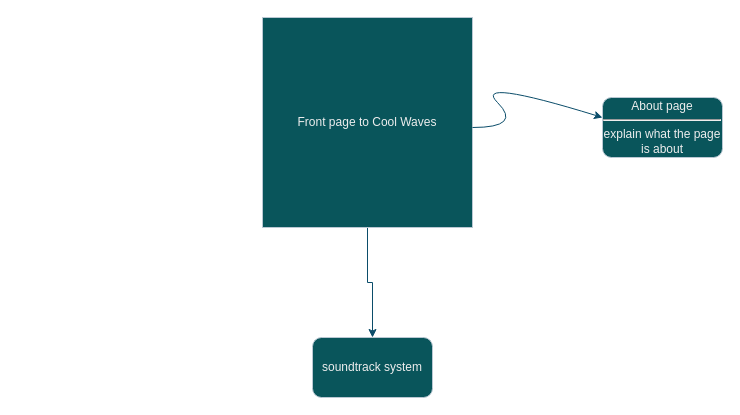
Before: Cool Waves.drawio in Elietace/coolwaves, a draw.io diagram. Source tidied: cells renumbered, new cells numbered last; positions are measured from the earlier drawing's top-left corner, leaving out a move shared by most shapes. Both pictures are drawn from the tidied source at 100%, with x=0, y=0 at pixel (262, 17).
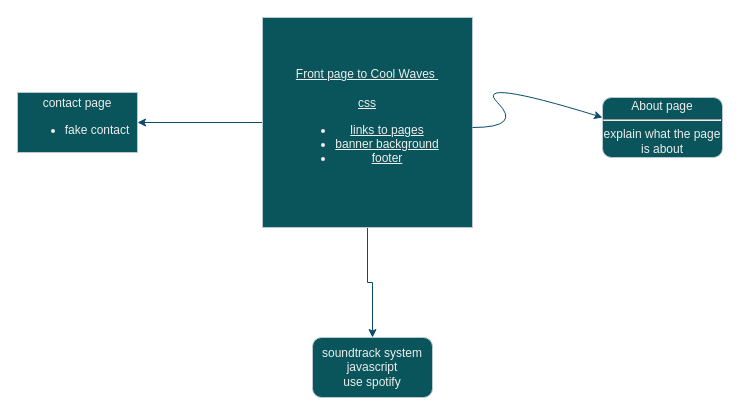
The same diagram, later.

Change to the diagram source:
```diff
@@
 <mxGraphModel>
   <root>
     <mxCell id="0" />
     <mxCell id="1" parent="0" />
     <mxCell id="2" style="edgeStyle=orthogonalEdgeStyle;rounded=0;jettySize=auto;html=1;labelBackgroundColor=none;strokeColor=#0B4D6A;fontColor=default;" parent="1" edge="1" source="3" target="6">
       <mxGeometry relative="1" as="geometry" />
     </mxCell>
+    <mxCell id="7" style="edgeStyle=orthogonalEdgeStyle;rounded=0;jettySize=auto;html=1;strokeColor=#0B4D6A;" parent="1" edge="1" source="3" target="8">
+      <mxGeometry relative="1" as="geometry" />
+    </mxCell>
-    <mxCell id="3" value="Front page to Cool Waves" style="whiteSpace=wrap;html=1;labelBackgroundColor=none;fillColor=#09555B;strokeColor=#BAC8D3;fontColor=#EEEEEE;" parent="1" vertex="1">
+    <mxCell id="3" value="&lt;u&gt;Front page to Cool Waves&amp;nbsp;&lt;br&gt;&lt;br&gt;css&lt;br&gt;&lt;ul&gt;&lt;li&gt;links to pages&lt;/li&gt;&lt;li&gt;banner background&lt;/li&gt;&lt;li&gt;footer&lt;/li&gt;&lt;/ul&gt;&lt;/u&gt;" style="whiteSpace=wrap;html=1;labelBackgroundColor=none;fillColor=#09555B;strokeColor=#BAC8D3;fontColor=#EEEEEE;" parent="1" vertex="1">
       <mxGeometry width="210" height="210" as="geometry" />
     </mxCell>
     <mxCell id="4" style="curved=1;endArrow=classic;html=1;rounded=0;labelBackgroundColor=none;strokeColor=#0B4D6A;fontColor=default;" parent="1" edge="1">
       <mxGeometry relative="1" as="geometry">
         <mxPoint x="210" y="110" as="sourcePoint" />
         <mxPoint x="340" y="100" as="targetPoint" />
         <Array as="points">
           <mxPoint x="260" y="110" />
           <mxPoint x="210" y="60" />
         </Array>
       </mxGeometry>
     </mxCell>
     <mxCell id="5" value="About page&lt;hr&gt;explain what the page is about" style="rounded=1;whiteSpace=wrap;html=1;labelBackgroundColor=none;fillColor=#09555B;strokeColor=#BAC8D3;fontColor=#EEEEEE;" parent="1" vertex="1">
       <mxGeometry x="340" y="80" width="120" height="60" as="geometry" />
     </mxCell>
-    <mxCell id="6" value="soundtrack system" style="rounded=1;whiteSpace=wrap;html=1;strokeColor=#BAC8D3;fontColor=#EEEEEE;fillColor=#09555B;" parent="1" vertex="1">
+    <mxCell id="6" value="soundtrack system&lt;br&gt;javascript&lt;br&gt;use spotify" style="rounded=1;whiteSpace=wrap;html=1;strokeColor=#BAC8D3;fontColor=#EEEEEE;fillColor=#09555B;" parent="1" vertex="1">
       <mxGeometry x="50" y="320" width="120" height="60" as="geometry" />
     </mxCell>
+    <mxCell id="8" value="contact page&lt;br&gt;&lt;ul&gt;&lt;li&gt;fake contact&lt;/li&gt;&lt;/ul&gt;" style="whiteSpace=wrap;html=1;fillColor=#09555B;strokeColor=#BAC8D3;fontColor=#EEEEEE;labelBackgroundColor=none;" parent="1" vertex="1">
+      <mxGeometry x="-245" y="75" width="120" height="60" as="geometry" />
+    </mxCell>
   </root>
 </mxGraphModel>
```
